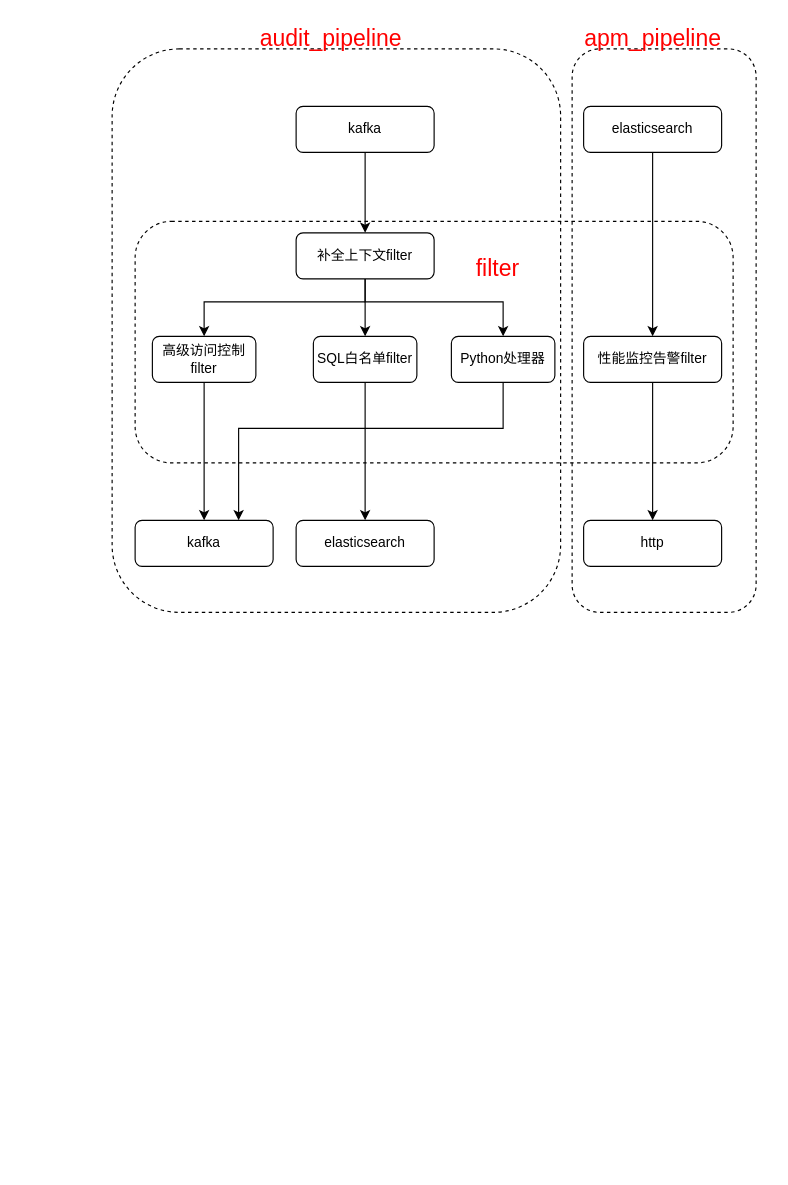
Earlier version of the draw.io diagram common/Untitled Diagram.drawio (xxxcrel/Demo). Source tidied: cells renumbered, new cells numbered last; positions are measured from the earlier drawing's top-left corner, leaving out a move shared by most shapes. Both pictures are drawn from the tidied source at 115%, with x=0, y=0 at pixel (112, 20).
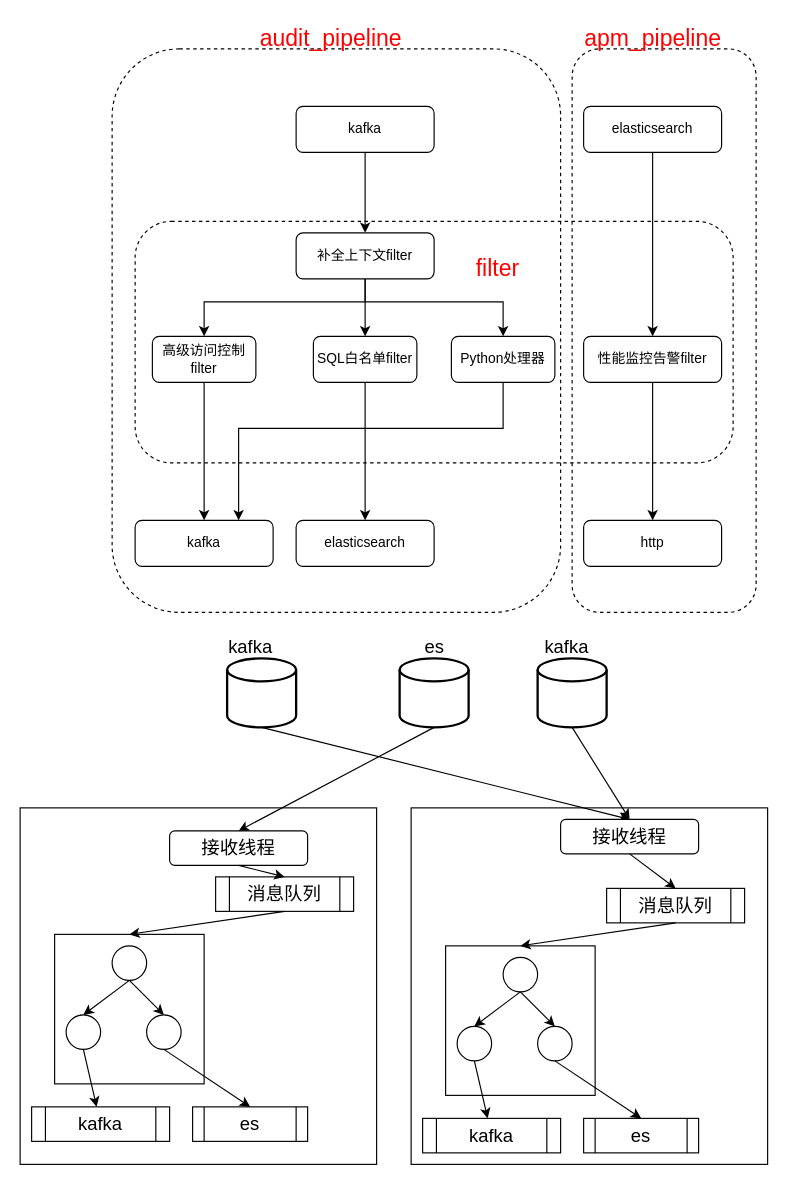
The same diagram, later.

Diff of the diagram source:
```diff
@@
+    <mxCell id="27" style="strokeWidth=2;html=1;shape=mxgraph.flowchart.database;whiteSpace=wrap;fontSize=20;fontColor=#000000;fillColor=none;" parent="1" vertex="1">
+      <mxGeometry x="100" y="555" width="60" height="60" as="geometry" />
+    </mxCell>
+    <mxCell id="28" style="strokeWidth=2;html=1;shape=mxgraph.flowchart.database;whiteSpace=wrap;fontSize=20;fontColor=#000000;fillColor=none;" parent="1" vertex="1">
+      <mxGeometry x="250" y="555" width="60" height="60" as="geometry" />
+    </mxCell>
+    <mxCell id="29" style="strokeWidth=2;html=1;shape=mxgraph.flowchart.database;whiteSpace=wrap;fontSize=20;fontColor=#000000;fillColor=none;" parent="1" vertex="1">
+      <mxGeometry x="370" y="555" width="60" height="60" as="geometry" />
+    </mxCell>
+    <mxCell id="30" style="endArrow=classic;html=1;rounded=0;fontSize=20;fontColor=#000000;exitX=0.5;exitY=1;exitDx=0;exitDy=0;exitPerimeter=0;entryX=0.5;entryY=0;entryDx=0;entryDy=0;" parent="1" edge="1" source="27" target="49">
+      <mxGeometry relative="1" as="geometry" />
+    </mxCell>
+    <mxCell id="31" style="endArrow=classic;html=1;rounded=0;fontSize=20;fontColor=#000000;exitX=0.5;exitY=1;exitDx=0;exitDy=0;exitPerimeter=0;entryX=0.5;entryY=0;entryDx=0;entryDy=0;" parent="1" edge="1" source="28" target="34">
+      <mxGeometry relative="1" as="geometry" />
+    </mxCell>
+    <mxCell id="32" style="endArrow=classic;html=1;rounded=0;fontSize=20;fontColor=#000000;exitX=0.5;exitY=1;exitDx=0;exitDy=0;exitPerimeter=0;entryX=0.5;entryY=0;entryDx=0;entryDy=0;" parent="1" edge="1" source="29" target="49">
+      <mxGeometry relative="1" as="geometry" />
+    </mxCell>
+    <mxCell id="33" style="whiteSpace=wrap;html=1;fontSize=20;fontColor=#000000;fillColor=none;" parent="1" vertex="1">
+      <mxGeometry x="-80" y="685" width="310" height="310" as="geometry" />
+    </mxCell>
+    <mxCell id="34" value="接收线程" style="rounded=1;whiteSpace=wrap;html=1;fontSize=16;fontColor=#000000;fillColor=default;" parent="1" vertex="1">
+      <mxGeometry x="50" y="705" width="120" height="30" as="geometry" />
+    </mxCell>
+    <mxCell id="35" style="whiteSpace=wrap;html=1;fontSize=16;fontColor=#000000;fillColor=default;" parent="1" vertex="1">
+      <mxGeometry x="-50" y="795" width="130" height="130" as="geometry" />
+    </mxCell>
+    <mxCell id="36" style="ellipse;whiteSpace=wrap;html=1;fontSize=16;fontColor=#000000;fillColor=default;" parent="1" vertex="1">
+      <mxGeometry y="805" width="30" height="30" as="geometry" />
+    </mxCell>
+    <mxCell id="37" style="ellipse;whiteSpace=wrap;html=1;fontSize=16;fontColor=#000000;fillColor=default;" parent="1" vertex="1">
+      <mxGeometry x="30" y="865" width="30" height="30" as="geometry" />
+    </mxCell>
+    <mxCell id="38" style="ellipse;whiteSpace=wrap;html=1;fontSize=16;fontColor=#000000;fillColor=default;" parent="1" vertex="1">
+      <mxGeometry x="-40" y="865" width="30" height="30" as="geometry" />
+    </mxCell>
+    <mxCell id="39" value="消息队列" style="shape=process;whiteSpace=wrap;html=1;backgroundOutline=1;fontSize=16;fontColor=#000000;fillColor=default;" parent="1" vertex="1">
+      <mxGeometry x="90" y="745" width="120" height="30" as="geometry" />
+    </mxCell>
+    <mxCell id="40" value="es" style="shape=process;whiteSpace=wrap;html=1;backgroundOutline=1;fontSize=16;fontColor=#000000;fillColor=default;" parent="1" vertex="1">
+      <mxGeometry x="70" y="945" width="100" height="30" as="geometry" />
+    </mxCell>
+    <mxCell id="41" style="endArrow=classic;html=1;rounded=0;fontSize=16;fontColor=#000000;exitX=0.5;exitY=1;exitDx=0;exitDy=0;entryX=0.5;entryY=0;entryDx=0;entryDy=0;" parent="1" edge="1" source="34" target="39">
+      <mxGeometry relative="1" as="geometry" />
+    </mxCell>
+    <mxCell id="42" style="endArrow=classic;html=1;rounded=0;fontSize=16;fontColor=#000000;exitX=0.5;exitY=1;exitDx=0;exitDy=0;entryX=0.5;entryY=0;entryDx=0;entryDy=0;" parent="1" edge="1" source="39" target="35">
+      <mxGeometry relative="1" as="geometry" />
+    </mxCell>
+    <mxCell id="43" value="kafka" style="shape=process;whiteSpace=wrap;html=1;backgroundOutline=1;fontSize=16;fontColor=#000000;fillColor=default;" parent="1" vertex="1">
+      <mxGeometry x="-70" y="945" width="120" height="30" as="geometry" />
+    </mxCell>
+    <mxCell id="44" style="endArrow=classic;html=1;rounded=0;fontSize=16;fontColor=#000000;exitX=0.5;exitY=1;exitDx=0;exitDy=0;" parent="1" edge="1" source="38" target="43">
+      <mxGeometry relative="1" as="geometry" />
+    </mxCell>
+    <mxCell id="45" style="endArrow=classic;html=1;rounded=0;fontSize=16;fontColor=#000000;exitX=0.5;exitY=1;exitDx=0;exitDy=0;entryX=0.5;entryY=0;entryDx=0;entryDy=0;" parent="1" edge="1" source="37" target="40">
+      <mxGeometry relative="1" as="geometry" />
+    </mxCell>
+    <mxCell id="46" style="endArrow=classic;html=1;rounded=0;fontSize=16;fontColor=#000000;exitX=0.5;exitY=1;exitDx=0;exitDy=0;entryX=0.5;entryY=0;entryDx=0;entryDy=0;" parent="1" edge="1" source="36" target="38">
+      <mxGeometry relative="1" as="geometry" />
+    </mxCell>
+    <mxCell id="47" style="endArrow=classic;html=1;rounded=0;fontSize=16;fontColor=#000000;exitX=0.5;exitY=1;exitDx=0;exitDy=0;entryX=0.5;entryY=0;entryDx=0;entryDy=0;" parent="1" edge="1" source="36" target="37">
+      <mxGeometry relative="1" as="geometry" />
+    </mxCell>
+    <mxCell id="48" style="whiteSpace=wrap;html=1;fontSize=20;fontColor=#000000;fillColor=none;" parent="1" vertex="1">
+      <mxGeometry x="260" y="685" width="310" height="310" as="geometry" />
+    </mxCell>
+    <mxCell id="49" value="接收线程" style="rounded=1;whiteSpace=wrap;html=1;fontSize=16;fontColor=#000000;fillColor=default;" parent="1" vertex="1">
+      <mxGeometry x="390" y="695" width="120" height="30" as="geometry" />
+    </mxCell>
+    <mxCell id="50" style="whiteSpace=wrap;html=1;fontSize=16;fontColor=#000000;fillColor=default;" parent="1" vertex="1">
+      <mxGeometry x="290" y="805" width="130" height="130" as="geometry" />
+    </mxCell>
+    <mxCell id="51" style="ellipse;whiteSpace=wrap;html=1;fontSize=16;fontColor=#000000;fillColor=default;" parent="1" vertex="1">
+      <mxGeometry x="340" y="815" width="30" height="30" as="geometry" />
+    </mxCell>
+    <mxCell id="52" style="ellipse;whiteSpace=wrap;html=1;fontSize=16;fontColor=#000000;fillColor=default;" parent="1" vertex="1">
+      <mxGeometry x="370" y="875" width="30" height="30" as="geometry" />
+    </mxCell>
+    <mxCell id="53" style="ellipse;whiteSpace=wrap;html=1;fontSize=16;fontColor=#000000;fillColor=default;" parent="1" vertex="1">
+      <mxGeometry x="300" y="875" width="30" height="30" as="geometry" />
+    </mxCell>
+    <mxCell id="54" value="消息队列" style="shape=process;whiteSpace=wrap;html=1;backgroundOutline=1;fontSize=16;fontColor=#000000;fillColor=default;" parent="1" vertex="1">
+      <mxGeometry x="430" y="755" width="120" height="30" as="geometry" />
+    </mxCell>
+    <mxCell id="55" value="es" style="shape=process;whiteSpace=wrap;html=1;backgroundOutline=1;fontSize=16;fontColor=#000000;fillColor=default;" parent="1" vertex="1">
+      <mxGeometry x="410" y="955" width="100" height="30" as="geometry" />
+    </mxCell>
+    <mxCell id="56" style="endArrow=classic;html=1;rounded=0;fontSize=16;fontColor=#000000;exitX=0.5;exitY=1;exitDx=0;exitDy=0;entryX=0.5;entryY=0;entryDx=0;entryDy=0;" parent="1" edge="1" source="49" target="54">
+      <mxGeometry relative="1" as="geometry" />
+    </mxCell>
+    <mxCell id="57" style="endArrow=classic;html=1;rounded=0;fontSize=16;fontColor=#000000;exitX=0.5;exitY=1;exitDx=0;exitDy=0;entryX=0.5;entryY=0;entryDx=0;entryDy=0;" parent="1" edge="1" source="54" target="50">
+      <mxGeometry relative="1" as="geometry" />
+    </mxCell>
+    <mxCell id="58" value="kafka" style="shape=process;whiteSpace=wrap;html=1;backgroundOutline=1;fontSize=16;fontColor=#000000;fillColor=default;" parent="1" vertex="1">
+      <mxGeometry x="270" y="955" width="120" height="30" as="geometry" />
+    </mxCell>
+    <mxCell id="59" style="endArrow=classic;html=1;rounded=0;fontSize=16;fontColor=#000000;exitX=0.5;exitY=1;exitDx=0;exitDy=0;" parent="1" edge="1" source="53" target="58">
+      <mxGeometry relative="1" as="geometry" />
+    </mxCell>
+    <mxCell id="60" style="endArrow=classic;html=1;rounded=0;fontSize=16;fontColor=#000000;exitX=0.5;exitY=1;exitDx=0;exitDy=0;entryX=0.5;entryY=0;entryDx=0;entryDy=0;" parent="1" edge="1" source="52" target="55">
+      <mxGeometry relative="1" as="geometry" />
+    </mxCell>
+    <mxCell id="61" style="endArrow=classic;html=1;rounded=0;fontSize=16;fontColor=#000000;exitX=0.5;exitY=1;exitDx=0;exitDy=0;entryX=0.5;entryY=0;entryDx=0;entryDy=0;" parent="1" edge="1" source="51" target="53">
+      <mxGeometry relative="1" as="geometry" />
+    </mxCell>
+    <mxCell id="62" style="endArrow=classic;html=1;rounded=0;fontSize=16;fontColor=#000000;exitX=0.5;exitY=1;exitDx=0;exitDy=0;entryX=0.5;entryY=0;entryDx=0;entryDy=0;" parent="1" edge="1" source="51" target="52">
+      <mxGeometry relative="1" as="geometry" />
+    </mxCell>
+    <mxCell id="63" value="kafka" style="text;html=1;align=center;verticalAlign=middle;strokeColor=none;fillColor=none;fontSize=16;fontColor=#000000;" parent="1" vertex="1">
+      <mxGeometry x="95" y="535" width="50" height="20" as="geometry" />
+    </mxCell>
+    <mxCell id="64" value="kafka" style="text;html=1;align=center;verticalAlign=middle;strokeColor=none;fillColor=none;fontSize=16;fontColor=#000000;" parent="1" vertex="1">
+      <mxGeometry x="370" y="535" width="50" height="20" as="geometry" />
+    </mxCell>
+    <mxCell id="65" value="es" style="text;html=1;align=center;verticalAlign=middle;strokeColor=none;fillColor=none;fontSize=16;fontColor=#000000;" parent="1" vertex="1">
+      <mxGeometry x="265" y="535" width="30" height="20" as="geometry" />
+    </mxCell>
```
